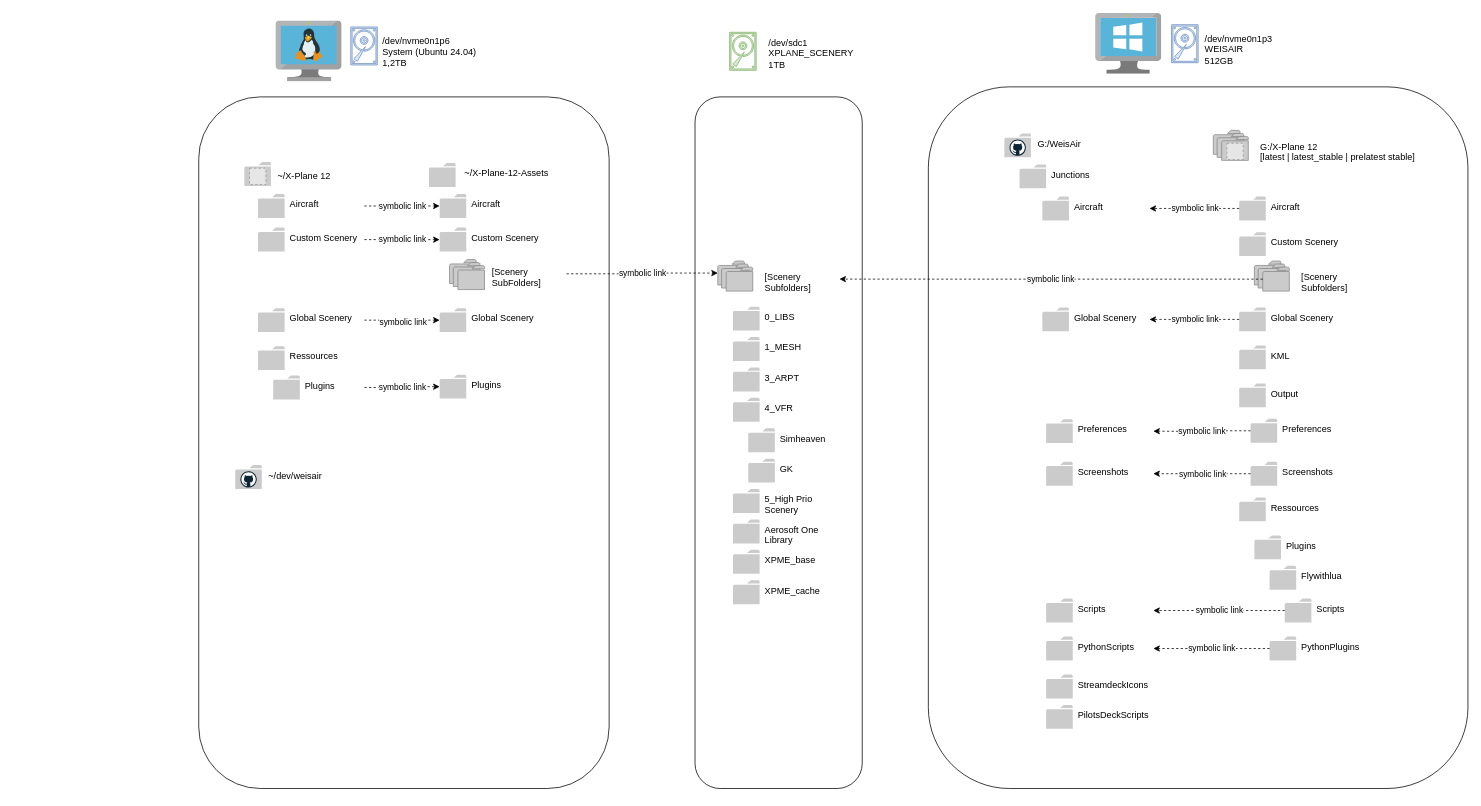
The draw.io diagram docs/diagrams/shared_storage.drawio in WeisAir/weisair, before the edit. Source tidied: cells renumbered, new cells numbered last; positions are measured from the earlier drawing's top-left corner, leaving out a move shared by most shapes. Both pictures are drawn from the tidied source at 76%, with x=0, y=0 at pixel (198, 13). Pictures stored in the file or linked from it are replaced by grey dashed boxes.
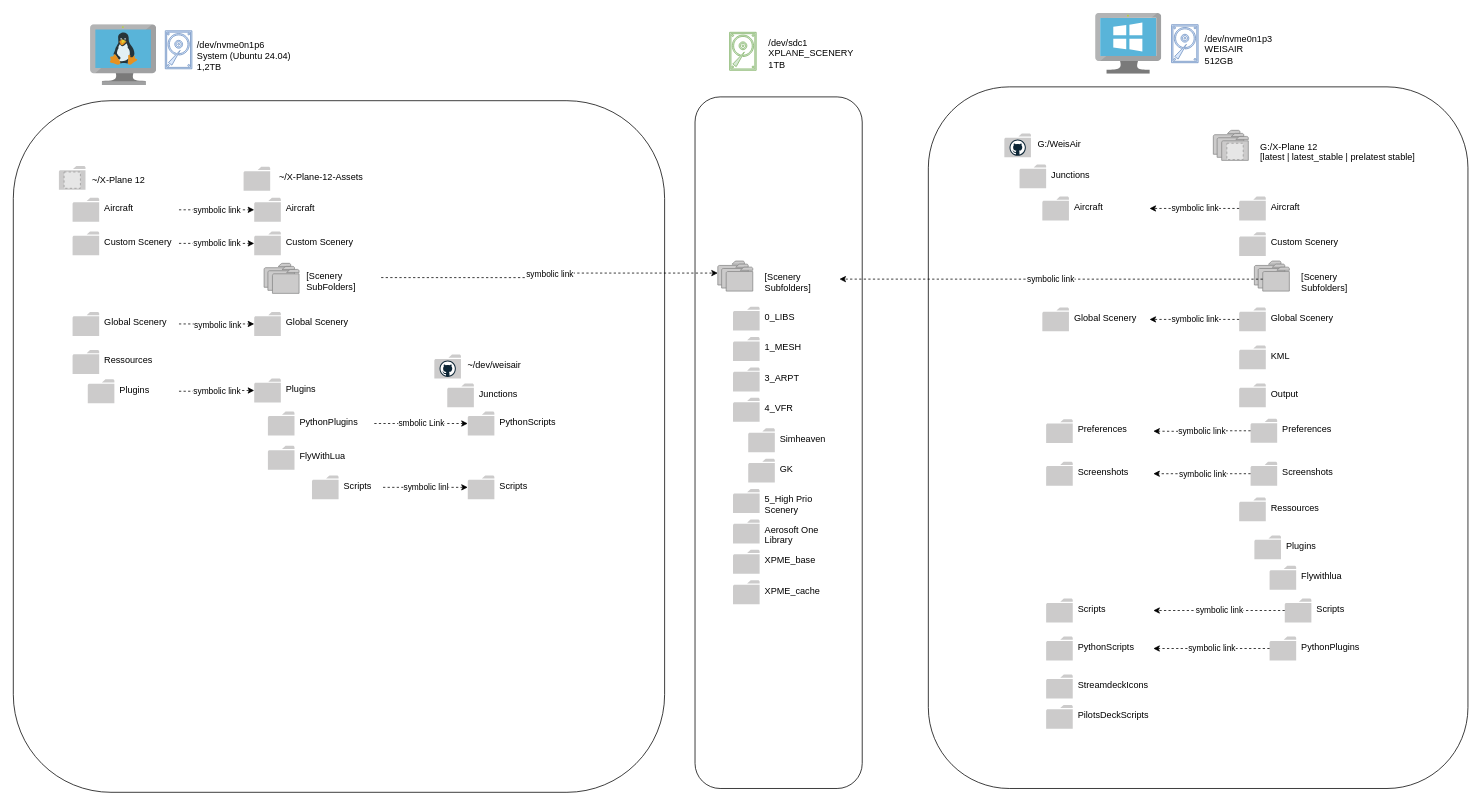
The same diagram, later.

The edit, as a diff of the source:
```diff
@@
     <mxCell id="3" style="rounded=1;whiteSpace=wrap;html=1;" parent="1" vertex="1">
-      <mxGeometry y="110" width="540" height="910" as="geometry" />
+      <mxGeometry x="-244" y="115" width="857" height="910" as="geometry" />
     </mxCell>
     <mxCell id="4" style="image;sketch=0;html=1;align=center;fontSize=12;image=img/lib/mscae/VM_Linux.svg;" parent="1" vertex="1">
-      <mxGeometry x="101.5" y="10" width="87" height="80" as="geometry" />
+      <mxGeometry x="-142.5" y="15" width="87" height="80" as="geometry" />
     </mxCell>
@@
     <mxCell id="7" style="sketch=0;shadow=0;dashed=0;html=1;strokeColor=#6c8ebf;fillColor=#dae8fc;labelPosition=center;verticalLabelPosition=bottom;verticalAlign=top;align=center;shape=mxgraph.vvd.disk;" parent="1" vertex="1">
-      <mxGeometry x="200" y="18" width="35" height="50" as="geometry" />
+      <mxGeometry x="-44" y="23" width="35" height="50" as="geometry" />
     </mxCell>
     <mxCell id="8" value="/dev/nvme0n1p6&#10;System (Ubuntu 24.04)&#10;1,2TB" style="text;whiteSpace=wrap;" parent="1" vertex="1">
-      <mxGeometry x="240" y="23" width="138.5" height="40" as="geometry" />
+      <mxGeometry x="-4" y="28" width="138.5" height="40" as="geometry" />
     </mxCell>
@@
     <mxCell id="13" style="group;" parent="1" vertex="1">
-      <mxGeometry x="78" y="237.8" width="140" height="31.5" as="geometry" />
+      <mxGeometry x="-166" y="242.8" width="140" height="31.5" as="geometry" />
     </mxCell>
@@
     <mxCell id="16" style="group;" parent="1" vertex="1">
-      <mxGeometry x="48" y="594.5" width="128.5" height="31.5" as="geometry" />
+      <mxGeometry x="310" y="449" width="128.5" height="31.5" as="geometry" />
     </mxCell>
@@
     <mxCell id="21" style="group;" parent="1" vertex="1">
-      <mxGeometry x="60" y="195.8" width="128.5" height="31.5" as="geometry" />
+      <mxGeometry x="-184" y="200.8" width="128.5" height="31.5" as="geometry" />
     </mxCell>
@@
     <mxCell id="26" style="group;" parent="1" vertex="1">
-      <mxGeometry x="78" y="282" width="140" height="31.5" as="geometry" />
+      <mxGeometry x="-166" y="287" width="140" height="31.5" as="geometry" />
     </mxCell>
@@
     <mxCell id="29" style="group;" parent="1" vertex="1">
-      <mxGeometry x="78" y="388" width="140" height="31.5" as="geometry" />
+      <mxGeometry x="-166" y="393" width="140" height="31.5" as="geometry" />
     </mxCell>
@@
     <mxCell id="32" style="group;" parent="1" vertex="1">
-      <mxGeometry x="78" y="438" width="140" height="31.5" as="geometry" />
+      <mxGeometry x="-166" y="443" width="140" height="31.5" as="geometry" />
     </mxCell>
@@
     <mxCell id="35" style="group;" parent="1" vertex="1">
-      <mxGeometry x="98" y="476.5" width="140" height="31.5" as="geometry" />
+      <mxGeometry x="-146" y="481.5" width="140" height="31.5" as="geometry" />
     </mxCell>
@@
     <mxCell id="38" style="group;" parent="1" vertex="1">
-      <mxGeometry x="317" y="237.8" width="127" height="31.5" as="geometry" />
+      <mxGeometry x="73" y="242.8" width="127" height="31.5" as="geometry" />
     </mxCell>
@@
     <mxCell id="41" style="group;" parent="1" vertex="1">
-      <mxGeometry x="317" y="282" width="140" height="31.5" as="geometry" />
+      <mxGeometry x="73" y="287" width="140" height="31.5" as="geometry" />
     </mxCell>
@@
     <mxCell id="44" style="group;" parent="1" vertex="1">
-      <mxGeometry x="317" y="388" width="140" height="31.5" as="geometry" />
+      <mxGeometry x="73" y="393" width="140" height="31.5" as="geometry" />
     </mxCell>
@@
     <mxCell id="47" style="group;" parent="1" vertex="1">
-      <mxGeometry x="317" y="475.5" width="140" height="31.5" as="geometry" />
+      <mxGeometry x="73" y="480.5" width="140" height="31.5" as="geometry" />
     </mxCell>
@@
     <mxCell id="50" style="group;" parent="1" vertex="1">
-      <mxGeometry x="303" y="197" width="183.5" height="31.5" as="geometry" />
+      <mxGeometry x="59" y="202" width="183.5" height="31.5" as="geometry" />
     </mxCell>
@@
     <mxCell id="94" style="group;" parent="1" vertex="1">
-      <mxGeometry x="342" y="350" width="160" height="39.5" as="geometry" />
+      <mxGeometry x="98" y="355" width="160" height="39.5" as="geometry" />
     </mxCell>
@@
+    <mxCell id="185" style="group;" parent="1" vertex="1">
+      <mxGeometry x="327" y="487" width="140" height="31.5" as="geometry" />
+    </mxCell>
+    <mxCell id="186" style="sketch=0;shadow=0;dashed=0;html=1;strokeColor=none;labelPosition=center;verticalLabelPosition=bottom;verticalAlign=top;align=center;shape=mxgraph.office.concepts.folder;fillColor=#CCCBCB;" parent="185" vertex="1">
+      <mxGeometry width="35" height="31.5" as="geometry" />
+    </mxCell>
+    <mxCell id="187" value="Junctions" style="text;whiteSpace=wrap;" parent="185" vertex="1">
+      <mxGeometry x="40" width="100" height="31.5" as="geometry" />
+    </mxCell>
+    <mxCell id="188" style="group;" parent="1" vertex="1">
+      <mxGeometry x="354" y="524" width="140" height="31.5" as="geometry" />
+    </mxCell>
+    <mxCell id="189" style="sketch=0;shadow=0;dashed=0;html=1;strokeColor=none;labelPosition=center;verticalLabelPosition=bottom;verticalAlign=top;outlineConnect=0;align=center;shape=mxgraph.office.concepts.folder;fillColor=#CCCBCB;" parent="188" vertex="1">
+      <mxGeometry width="35" height="31.5" as="geometry" />
+    </mxCell>
+    <mxCell id="190" value="PythonScripts" style="text;whiteSpace=wrap;" parent="188" vertex="1">
+      <mxGeometry x="40" width="100" height="31.5" as="geometry" />
+    </mxCell>
+    <mxCell id="191" style="group;" parent="1" vertex="1">
+      <mxGeometry x="354" y="608" width="140" height="31.5" as="geometry" />
+    </mxCell>
+    <mxCell id="192" style="sketch=0;shadow=0;dashed=0;html=1;strokeColor=none;labelPosition=center;verticalLabelPosition=bottom;verticalAlign=top;outlineConnect=0;align=center;shape=mxgraph.office.concepts.folder;fillColor=#CCCBCB;" parent="191" vertex="1">
+      <mxGeometry width="35" height="31.5" as="geometry" />
+    </mxCell>
+    <mxCell id="193" value="Scripts" style="text;whiteSpace=wrap;" parent="191" vertex="1">
+      <mxGeometry x="40" width="100" height="31.5" as="geometry" />
+    </mxCell>
+    <mxCell id="194" style="group;" parent="1" vertex="1">
+      <mxGeometry x="149" y="608" width="140" height="31.5" as="geometry" />
+    </mxCell>
+    <mxCell id="195" style="sketch=0;shadow=0;dashed=0;html=1;strokeColor=none;labelPosition=center;verticalLabelPosition=bottom;verticalAlign=top;align=center;shape=mxgraph.office.concepts.folder;fillColor=#CCCBCB;" parent="194" vertex="1">
+      <mxGeometry width="35" height="31.5" as="geometry" />
+    </mxCell>
+    <mxCell id="196" value="Scripts" style="text;whiteSpace=wrap;" parent="194" vertex="1">
+      <mxGeometry x="40" width="53.5" height="31.5" as="geometry" />
+    </mxCell>
+    <mxCell id="197" style="group;" parent="1" vertex="1">
+      <mxGeometry x="91" y="524" width="140" height="31.5" as="geometry" />
+    </mxCell>
+    <mxCell id="198" style="sketch=0;shadow=0;dashed=0;html=1;strokeColor=none;labelPosition=center;verticalLabelPosition=bottom;verticalAlign=top;align=center;shape=mxgraph.office.concepts.folder;fillColor=#CCCBCB;" parent="197" vertex="1">
+      <mxGeometry width="35" height="31.5" as="geometry" />
+    </mxCell>
+    <mxCell id="199" value="PythonPlugins" style="text;whiteSpace=wrap;" parent="197" vertex="1">
+      <mxGeometry x="40" width="100" height="31.5" as="geometry" />
+    </mxCell>
+    <mxCell id="200" style="group;" parent="1" vertex="1">
+      <mxGeometry x="91" y="569" width="140" height="31.5" as="geometry" />
+    </mxCell>
+    <mxCell id="201" style="sketch=0;shadow=0;dashed=0;html=1;strokeColor=none;labelPosition=center;verticalLabelPosition=bottom;verticalAlign=top;align=center;shape=mxgraph.office.concepts.folder;fillColor=#CCCBCB;" parent="200" vertex="1">
+      <mxGeometry width="35" height="31.5" as="geometry" />
+    </mxCell>
+    <mxCell id="202" value="FlyWithLua" style="text;whiteSpace=wrap;" parent="200" vertex="1">
+      <mxGeometry x="40" width="100" height="31.5" as="geometry" />
+    </mxCell>
+    <mxCell id="203" value="symbolic linl" style="edgeStyle=orthogonalEdgeStyle;rounded=0;jettySize=auto;html=1;dashed=1;" parent="1" edge="1" source="196" target="192">
+      <mxGeometry relative="1" as="geometry" />
+    </mxCell>
+    <mxCell id="204" value="smbolic Link" style="edgeStyle=orthogonalEdgeStyle;rounded=0;jettySize=auto;html=1;dashed=1;" parent="1" edge="1" source="199" target="189">
+      <mxGeometry relative="1" as="geometry" />
+    </mxCell>
```
